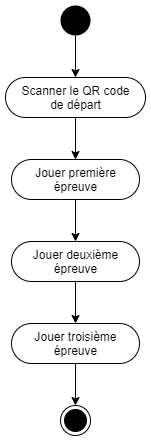
Earlier version of the draw.io export docs/assets/images/Activity-full-game.png (Bollemii/MASI-mobile-escape-game). Source tidied: cells renumbered, new cells last; positions are measured from the earlier drawing's top-left corner, leaving out a move shared by most shapes.
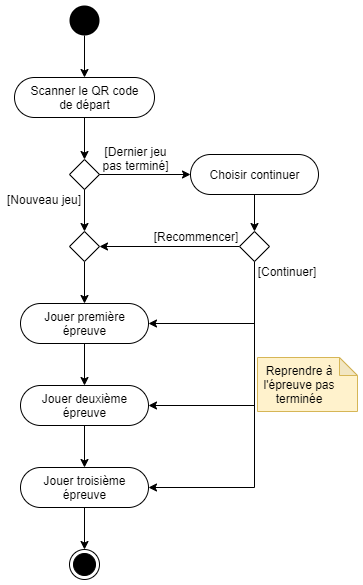
After the change.

Change to the diagram source:
```diff
@@ -2,18 +2,78 @@
   <root>
     <mxCell id="0" />
     <mxCell id="1" parent="0" />
-    <mxCell id="2" style="edgeStyle=orthogonalEdgeStyle;rounded=0;jettySize=auto;html=1;" parent="1" edge="1" source="3" target="7">
+    <mxCell id="2" style="edgeStyle=orthogonalEdgeStyle;rounded=0;jettySize=auto;html=1;" parent="1" edge="1" source="3" target="14">
       <mxGeometry relative="1" as="geometry" />
     </mxCell>
     <mxCell id="3" value="Scanner le QR code&lt;br&gt;de départ" style="html=1;align=center;verticalAlign=middle;rounded=1;absoluteArcSize=1;arcSize=65;dashed=0;" parent="1" vertex="1">
-      <mxGeometry y="72" width="140" height="40" as="geometry" />
+      <mxGeometry y="-72" width="140" height="40" as="geometry" />
     </mxCell>
     <mxCell id="4" style="edgeStyle=orthogonalEdgeStyle;rounded=0;jettySize=auto;html=1;" parent="1" edge="1" source="5" target="3">
       <mxGeometry relative="1" as="geometry" />
     </mxCell>
     <mxCell id="5" style="ellipse;fillColor=#000000;strokeColor=none;" parent="1" vertex="1">
-      <mxGeometry x="55" width="30" height="30" as="geometry" />
+      <mxGeometry x="55" y="-144" width="30" height="30" as="geometry" />
     </mxCell>
+    <mxCell id="13" style="edgeStyle=orthogonalEdgeStyle;rounded=0;jettySize=auto;html=1;" parent="1" edge="1" source="24" target="7">
+      <mxGeometry relative="1" as="geometry" />
+    </mxCell>
+    <mxCell id="14" style="rhombus;" parent="1" vertex="1">
+      <mxGeometry x="55" y="10" width="30" height="30" as="geometry" />
+    </mxCell>
+    <mxCell id="15" value="[Dernier jeu pas terminé]" style="text;html=1;strokeColor=none;fillColor=none;align=center;verticalAlign=middle;whiteSpace=wrap;rounded=0;" parent="1" vertex="1">
+      <mxGeometry x="85" y="-8" width="73" height="33" as="geometry" />
+    </mxCell>
+    <mxCell id="16" style="edgeStyle=orthogonalEdgeStyle;rounded=0;jettySize=auto;html=1;" parent="1" edge="1" source="17" target="23">
+      <mxGeometry relative="1" as="geometry" />
+    </mxCell>
+    <mxCell id="17" value="Choisir continuer" style="html=1;align=center;verticalAlign=middle;rounded=1;absoluteArcSize=1;arcSize=91;dashed=0;" parent="1" vertex="1">
+      <mxGeometry x="176" y="5" width="128" height="40" as="geometry" />
+    </mxCell>
+    <mxCell id="18" style="edgeStyle=orthogonalEdgeStyle;rounded=0;jettySize=auto;html=1;" parent="1" edge="1" source="14" target="17">
+      <mxGeometry relative="1" as="geometry" />
+    </mxCell>
+    <mxCell id="19" style="edgeStyle=orthogonalEdgeStyle;rounded=0;jettySize=auto;html=1;" parent="1" edge="1" source="23" target="24">
+      <mxGeometry relative="1" as="geometry" />
+    </mxCell>
+    <mxCell id="20" style="edgeStyle=orthogonalEdgeStyle;rounded=0;jettySize=auto;html=1;" parent="1" edge="1" source="23" target="7">
+      <mxGeometry relative="1" as="geometry">
+        <Array as="points">
+          <mxPoint x="240" y="174" />
+        </Array>
+      </mxGeometry>
+    </mxCell>
+    <mxCell id="21" style="edgeStyle=orthogonalEdgeStyle;rounded=0;jettySize=auto;html=1;" parent="1" edge="1" source="23" target="9">
+      <mxGeometry relative="1" as="geometry">
+        <Array as="points">
+          <mxPoint x="240" y="256" />
+        </Array>
+      </mxGeometry>
+    </mxCell>
+    <mxCell id="22" style="edgeStyle=orthogonalEdgeStyle;rounded=0;jettySize=auto;html=1;" parent="1" edge="1" source="23" target="11">
+      <mxGeometry relative="1" as="geometry">
+        <Array as="points">
+          <mxPoint x="240" y="338" />
+        </Array>
+      </mxGeometry>
+    </mxCell>
+    <mxCell id="23" style="rhombus;align=center;" parent="1" vertex="1">
+      <mxGeometry x="225" y="82" width="30" height="30" as="geometry" />
+    </mxCell>
+    <mxCell id="24" style="rhombus;align=center;" parent="1" vertex="1">
+      <mxGeometry x="55" y="82" width="30" height="30" as="geometry" />
+    </mxCell>
+    <mxCell id="25" style="edgeStyle=orthogonalEdgeStyle;rounded=0;jettySize=auto;html=1;" parent="1" edge="1" source="14" target="24">
+      <mxGeometry relative="1" as="geometry" />
+    </mxCell>
+    <mxCell id="26" value="[Nouveau jeu]" style="text;html=1;strokeColor=none;fillColor=none;align=center;verticalAlign=middle;whiteSpace=wrap;rounded=0;" parent="1" vertex="1">
+      <mxGeometry x="-9" y="40" width="78" height="19" as="geometry" />
+    </mxCell>
+    <mxCell id="27" value="[Recommencer]" style="text;html=1;strokeColor=none;fillColor=none;align=center;verticalAlign=middle;whiteSpace=wrap;rounded=0;" parent="1" vertex="1">
+      <mxGeometry x="139" y="77" width="86" height="20" as="geometry" />
+    </mxCell>
+    <mxCell id="28" value="[Continuer]" style="text;html=1;strokeColor=none;fillColor=none;align=center;verticalAlign=middle;whiteSpace=wrap;rounded=0;" parent="1" vertex="1">
+      <mxGeometry x="243" y="112" width="60" height="20" as="geometry" />
+    </mxCell>
     <mxCell id="6" style="edgeStyle=orthogonalEdgeStyle;rounded=0;jettySize=auto;html=1;" parent="1" edge="1" source="7" target="9">
       <mxGeometry relative="1" as="geometry" />
     </mxCell>
@@ -35,5 +95,14 @@
     <mxCell id="12" style="ellipse;html=1;shape=endState;fillColor=#000000;strokeColor=#000000;align=center;" parent="1" vertex="1">
       <mxGeometry x="55" y="400" width="30" height="30" as="geometry" />
     </mxCell>
+    <mxCell id="29" style="group;" parent="1" vertex="1">
+      <mxGeometry x="243" y="208" width="100" height="54" as="geometry" />
+    </mxCell>
+    <mxCell id="30" style="shape=note;whiteSpace=wrap;html=1;backgroundOutline=1;darkOpacity=0.05;align=center;size=18;fillColor=#fff2cc;strokeColor=#d6b656;" parent="29" vertex="1">
+      <mxGeometry width="100" height="54" as="geometry" />
+    </mxCell>
+    <mxCell id="31" value="Reprendre à l'épreuve pas terminée" style="text;html=1;strokeColor=none;fillColor=none;align=center;verticalAlign=middle;whiteSpace=wrap;rounded=0;" parent="29" vertex="1">
+      <mxGeometry y="5.5" width="84" height="43" as="geometry" />
+    </mxCell>
   </root>
 </mxGraphModel>
```
